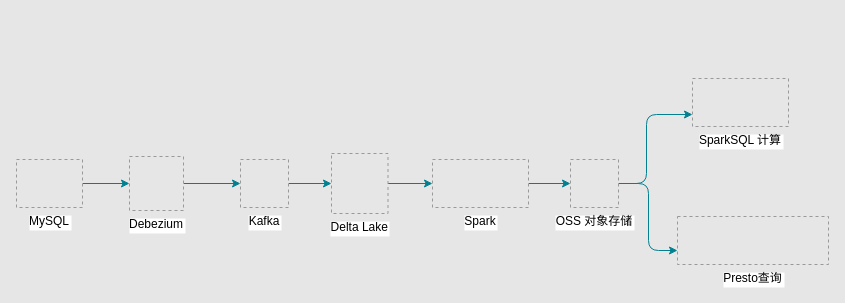
Above: page "Page-1" (1 of 3) of Delta Lake 及 mysql-dump 支持近实时计算数据接入方案设计.drawio in zhangkuantian/architect-awesome (draw.io), before the change. Source tidied: cells renumbered, new cells numbered last; positions are measured from the earlier drawing's top-left corner, leaving out a move shared by most shapes. Both pictures are drawn from the tidied source at 100%, with x=0, y=0 at pixel (16, 78). Pictures stored in the file or linked from it are replaced by grey dashed boxes.
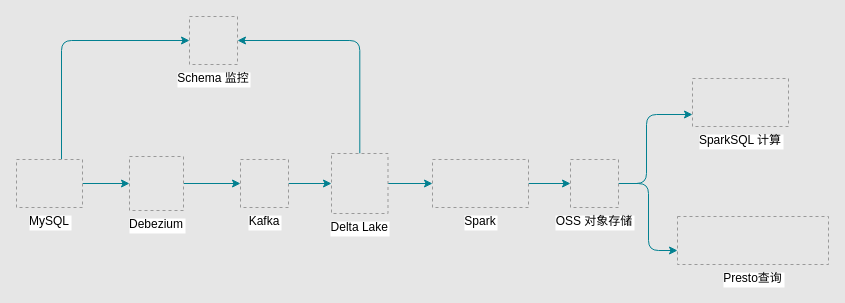
Above is the later version.

Commit message (it also covers changes not shown here):
Update Delta Lake 及 mysql-dump 支持近实时计算数据接入方案设计.drawio

The change refers to these unchanged cells:
```xml
<mxCell id="3" value="MySQL" style="fillColor=#E6E6E6;strokeColor=#999999;dashed=1;verticalLabelPosition=bottom;labelBackgroundColor=#ffffff;verticalAlign=top;" parent="1" vertex="1">
  <mxGeometry y="81" width="66" height="48" as="geometry" />
</mxCell>
<mxCell id="9" value="Delta Lake" style="fillColor=#E6E6E6;strokeColor=#999999;dashed=1;verticalLabelPosition=bottom;labelBackgroundColor=#ffffff;verticalAlign=top;" parent="1" vertex="1">
  <mxGeometry x="315" y="75" width="56.5" height="60" as="geometry" />
</mxCell>
```

Diff of the diagram source:
```diff
@@
+    <mxCell id="17" style="edgeStyle=orthogonalEdgeStyle;rounded=1;jettySize=auto;html=1;entryX=0;entryY=0.5;entryDx=0;entryDy=0;strokeColor=#028090;fillColor=#F45B69;fontColor=#E4FDE1;" parent="1" edge="1" source="3" target="19">
+      <mxGeometry relative="1" as="geometry">
+        <Array as="points">
+          <mxPoint x="45" y="-38" />
+        </Array>
+      </mxGeometry>
+    </mxCell>
@@
+    <mxCell id="18" style="edgeStyle=orthogonalEdgeStyle;rounded=1;jettySize=auto;html=1;entryX=1;entryY=0.5;entryDx=0;entryDy=0;strokeColor=#028090;fillColor=#F45B69;fontColor=#E4FDE1;" parent="1" edge="1" source="9" target="19">
+      <mxGeometry relative="1" as="geometry">
+        <Array as="points">
+          <mxPoint x="343" y="-38" />
+        </Array>
+      </mxGeometry>
+    </mxCell>
@@
+    <mxCell id="19" value="Schema 监控" style="fillColor=#E6E6E6;strokeColor=#999999;dashed=1;verticalLabelPosition=bottom;labelBackgroundColor=#ffffff;verticalAlign=top;" parent="1" vertex="1">
+      <mxGeometry x="173" y="-62" width="48" height="48" as="geometry" />
+    </mxCell>
```
